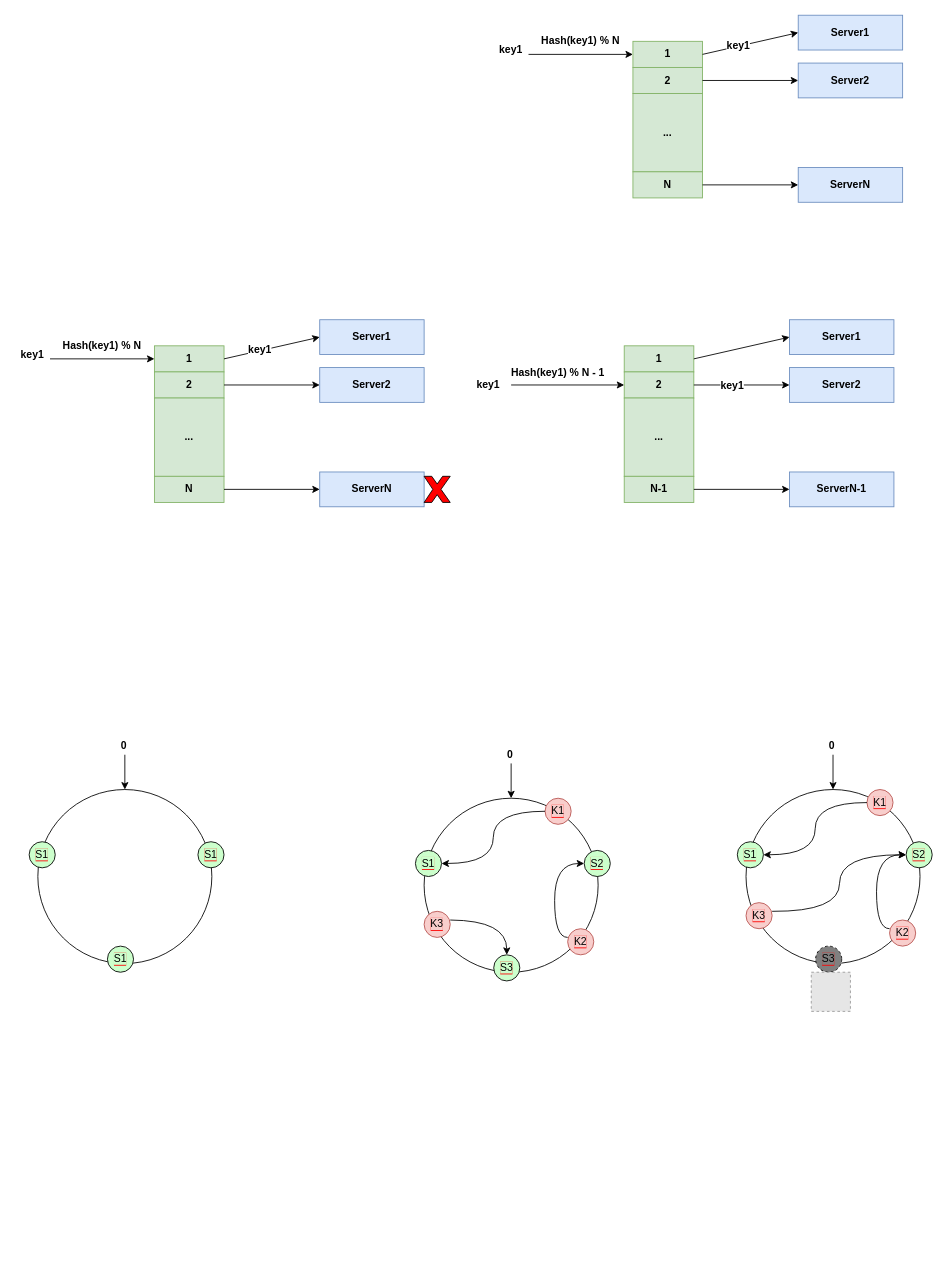
Above: consistent_hash.drawio in walkerdu/draw_io (draw.io), before the change. Source tidied: cells renumbered, new cells numbered last; positions are measured from the earlier drawing's top-left corner, leaving out a move shared by most shapes. Both pictures are drawn from the tidied source at 87%, with x=0, y=0 at pixel (15, 15). Pictures stored in the file or linked from it are replaced by grey dashed boxes.
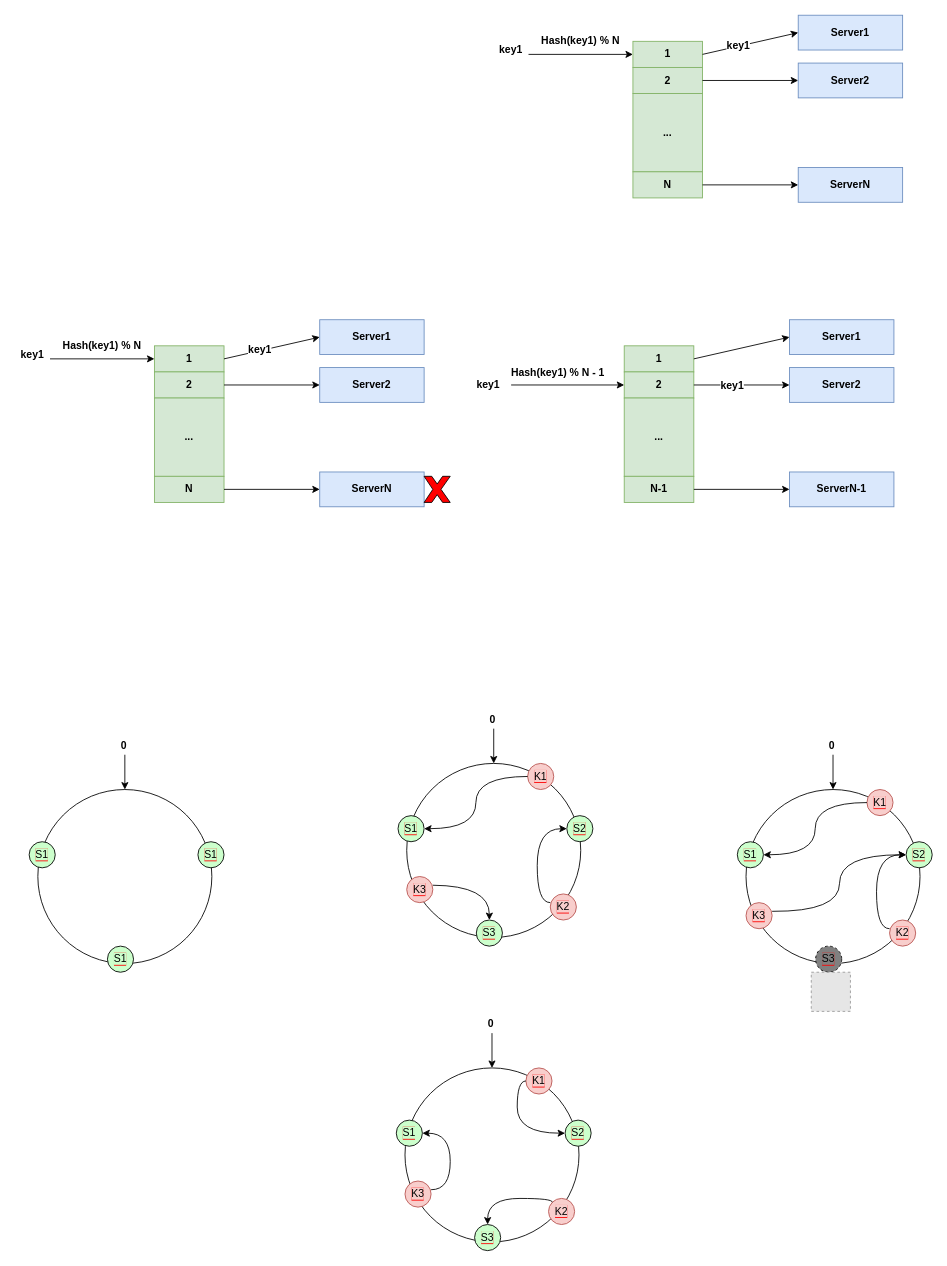
The same diagram, later.

Diff of the diagram source:
```diff
@@
     <mxCell id="45" style="ellipse;whiteSpace=wrap;html=1;shadow=0;labelBackgroundColor=#FF0000;strokeColor=#000000;fillColor=none;fontColor=#FF0000;" parent="1" vertex="1">
-      <mxGeometry x="470" y="900" width="200" height="200" as="geometry" />
+      <mxGeometry x="450" y="860" width="200" height="200" as="geometry" />
     </mxCell>
     <mxCell id="46" style="endArrow=classic;html=1;fontColor=#FF0000;entryX=0.5;entryY=0;entryDx=0;entryDy=0;" parent="1" edge="1" target="45">
       <mxGeometry relative="1" as="geometry">
-        <mxPoint x="570" y="860" as="sourcePoint" />
+        <mxPoint x="550" y="820" as="sourcePoint" />
       </mxGeometry>
     </mxCell>
     <mxCell id="47" value="&lt;font color=&quot;#000000&quot; style=&quot;background-color: rgb(204 , 255 , 204)&quot;&gt;S2&lt;/font&gt;" style="ellipse;whiteSpace=wrap;html=1;shadow=0;labelBackgroundColor=#FF0000;strokeColor=#000000;fillColor=#CCFFCC;fontColor=#FF0000;gradientColor=none;" parent="1" vertex="1">
-      <mxGeometry x="654" y="960" width="30" height="30" as="geometry" />
+      <mxGeometry x="634" y="920" width="30" height="30" as="geometry" />
     </mxCell>
     <mxCell id="48" value="&lt;font color=&quot;#000000&quot; style=&quot;background-color: rgb(204 , 255 , 204)&quot;&gt;S3&lt;/font&gt;" style="ellipse;whiteSpace=wrap;html=1;shadow=0;labelBackgroundColor=#FF0000;strokeColor=#000000;fillColor=#CCFFCC;fontColor=#FF0000;gradientColor=none;" parent="1" vertex="1">
-      <mxGeometry x="550" y="1080" width="30" height="30" as="geometry" />
+      <mxGeometry x="530" y="1040" width="30" height="30" as="geometry" />
     </mxCell>
     <mxCell id="49" value="&lt;font color=&quot;#000000&quot; style=&quot;background-color: rgb(204 , 255 , 204)&quot;&gt;S1&lt;/font&gt;" style="ellipse;whiteSpace=wrap;html=1;shadow=0;labelBackgroundColor=#FF0000;strokeColor=#000000;fillColor=#CCFFCC;fontColor=#FF0000;gradientColor=none;" parent="1" vertex="1">
-      <mxGeometry x="460" y="960" width="30" height="30" as="geometry" />
+      <mxGeometry x="440" y="920" width="30" height="30" as="geometry" />
     </mxCell>
     <mxCell id="50" value="0" style="text;html=1;strokeColor=none;fillColor=none;align=center;verticalAlign=middle;whiteSpace=wrap;rounded=0;fontStyle=1;" parent="1" vertex="1">
-      <mxGeometry x="559" y="840" width="20" height="20" as="geometry" />
+      <mxGeometry x="539" y="800" width="20" height="20" as="geometry" />
     </mxCell>
@@
     <mxCell id="57" value="&lt;font color=&quot;#000000&quot; style=&quot;background-color: rgb(248 , 206 , 204)&quot;&gt;K1&lt;/font&gt;" style="ellipse;whiteSpace=wrap;html=1;shadow=0;labelBackgroundColor=#FF0000;strokeColor=#b85450;fillColor=#f8cecc;" parent="1" vertex="1">
-      <mxGeometry x="609" y="900" width="30" height="30" as="geometry" />
+      <mxGeometry x="589" y="860" width="30" height="30" as="geometry" />
     </mxCell>
     <mxCell id="58" value="&lt;font color=&quot;#000000&quot; style=&quot;background-color: rgb(248 , 206 , 204)&quot;&gt;K2&lt;/font&gt;" style="ellipse;whiteSpace=wrap;html=1;shadow=0;labelBackgroundColor=#FF0000;strokeColor=#b85450;fillColor=#f8cecc;" parent="1" vertex="1">
-      <mxGeometry x="635" y="1050" width="30" height="30" as="geometry" />
+      <mxGeometry x="615" y="1010" width="30" height="30" as="geometry" />
     </mxCell>
@@
     <mxCell id="60" style="endArrow=classic;html=1;fontColor=#FF0000;edgeStyle=orthogonalEdgeStyle;curved=1;entryX=0;entryY=0.5;entryDx=0;entryDy=0;" parent="1" edge="1" target="47">
       <mxGeometry relative="1" as="geometry">
-        <mxPoint x="635" y="1060" as="sourcePoint" />
+        <mxPoint x="615" y="1020" as="sourcePoint" />
         <Array as="points">
-          <mxPoint x="620" y="1060" />
-          <mxPoint x="620" y="975" />
+          <mxPoint x="600" y="1020" />
+          <mxPoint x="600" y="935" />
         </Array>
       </mxGeometry>
     </mxCell>
     <mxCell id="61" value="&lt;font color=&quot;#000000&quot; style=&quot;background-color: rgb(248 , 206 , 204)&quot;&gt;K3&lt;/font&gt;" style="ellipse;whiteSpace=wrap;html=1;shadow=0;labelBackgroundColor=#FF0000;strokeColor=#b85450;fillColor=#f8cecc;" parent="1" vertex="1">
-      <mxGeometry x="470" y="1030" width="30" height="30" as="geometry" />
+      <mxGeometry x="450" y="990" width="30" height="30" as="geometry" />
     </mxCell>
     <mxCell id="62" style="endArrow=classic;html=1;fontColor=#FF0000;edgeStyle=orthogonalEdgeStyle;curved=1;entryX=0.5;entryY=0;entryDx=0;entryDy=0;" parent="1" edge="1" target="48">
       <mxGeometry relative="1" as="geometry">
-        <mxPoint x="500" y="1040" as="sourcePoint" />
+        <mxPoint x="480" y="1000" as="sourcePoint" />
       </mxGeometry>
     </mxCell>
@@
+    <mxCell id="76" style="ellipse;whiteSpace=wrap;html=1;shadow=0;labelBackgroundColor=#FF0000;strokeColor=#000000;fillColor=none;fontColor=#FF0000;" parent="1" vertex="1">
+      <mxGeometry x="448" y="1210" width="200" height="200" as="geometry" />
+    </mxCell>
+    <mxCell id="77" style="endArrow=classic;html=1;fontColor=#FF0000;entryX=0.5;entryY=0;entryDx=0;entryDy=0;" parent="1" edge="1" target="76">
+      <mxGeometry relative="1" as="geometry">
+        <mxPoint x="548" y="1170" as="sourcePoint" />
+      </mxGeometry>
+    </mxCell>
+    <mxCell id="78" value="&lt;font color=&quot;#000000&quot; style=&quot;background-color: rgb(204 , 255 , 204)&quot;&gt;S2&lt;/font&gt;" style="ellipse;whiteSpace=wrap;html=1;shadow=0;labelBackgroundColor=#FF0000;strokeColor=#000000;fillColor=#CCFFCC;fontColor=#FF0000;gradientColor=none;" parent="1" vertex="1">
+      <mxGeometry x="632" y="1270" width="30" height="30" as="geometry" />
+    </mxCell>
+    <mxCell id="79" value="&lt;font color=&quot;#000000&quot; style=&quot;background-color: rgb(204 , 255 , 204)&quot;&gt;S3&lt;/font&gt;" style="ellipse;whiteSpace=wrap;html=1;shadow=0;labelBackgroundColor=#FF0000;strokeColor=#000000;fillColor=#CCFFCC;fontColor=#FF0000;gradientColor=none;" parent="1" vertex="1">
+      <mxGeometry x="528" y="1390" width="30" height="30" as="geometry" />
+    </mxCell>
+    <mxCell id="80" value="&lt;font color=&quot;#000000&quot; style=&quot;background-color: rgb(204 , 255 , 204)&quot;&gt;S1&lt;/font&gt;" style="ellipse;whiteSpace=wrap;html=1;shadow=0;labelBackgroundColor=#FF0000;strokeColor=#000000;fillColor=#CCFFCC;fontColor=#FF0000;gradientColor=none;" parent="1" vertex="1">
+      <mxGeometry x="438" y="1270" width="30" height="30" as="geometry" />
+    </mxCell>
+    <mxCell id="81" value="0" style="text;html=1;strokeColor=none;fillColor=none;align=center;verticalAlign=middle;whiteSpace=wrap;rounded=0;fontStyle=1;" parent="1" vertex="1">
+      <mxGeometry x="537" y="1150" width="20" height="20" as="geometry" />
+    </mxCell>
+    <mxCell id="82" value="&lt;font color=&quot;#000000&quot; style=&quot;background-color: rgb(248 , 206 , 204)&quot;&gt;K1&lt;/font&gt;" style="ellipse;whiteSpace=wrap;html=1;shadow=0;labelBackgroundColor=#FF0000;strokeColor=#b85450;fillColor=#f8cecc;" parent="1" vertex="1">
+      <mxGeometry x="587" y="1210" width="30" height="30" as="geometry" />
+    </mxCell>
+    <mxCell id="83" value="&lt;font color=&quot;#000000&quot; style=&quot;background-color: rgb(248 , 206 , 204)&quot;&gt;K2&lt;/font&gt;" style="ellipse;whiteSpace=wrap;html=1;shadow=0;labelBackgroundColor=#FF0000;strokeColor=#b85450;fillColor=#f8cecc;" parent="1" vertex="1">
+      <mxGeometry x="613" y="1360" width="30" height="30" as="geometry" />
+    </mxCell>
+    <mxCell id="84" style="endArrow=classic;html=1;fontColor=#FF0000;edgeStyle=orthogonalEdgeStyle;curved=1;entryX=0;entryY=0.5;entryDx=0;entryDy=0;exitX=0;exitY=0.5;exitDx=0;exitDy=0;" parent="1" edge="1" source="82" target="78">
+      <mxGeometry relative="1" as="geometry" />
+    </mxCell>
+    <mxCell id="85" value="&lt;font color=&quot;#000000&quot; style=&quot;background-color: rgb(248 , 206 , 204)&quot;&gt;K3&lt;/font&gt;" style="ellipse;whiteSpace=wrap;html=1;shadow=0;labelBackgroundColor=#FF0000;strokeColor=#b85450;fillColor=#f8cecc;" parent="1" vertex="1">
+      <mxGeometry x="448" y="1340" width="30" height="30" as="geometry" />
+    </mxCell>
+    <mxCell id="86" style="endArrow=classic;html=1;fontColor=#FF0000;edgeStyle=orthogonalEdgeStyle;curved=1;entryX=1;entryY=0.5;entryDx=0;entryDy=0;" parent="1" edge="1" target="80">
+      <mxGeometry relative="1" as="geometry">
+        <mxPoint x="478" y="1350" as="sourcePoint" />
+        <Array as="points">
+          <mxPoint x="500" y="1350" />
+          <mxPoint x="500" y="1285" />
+        </Array>
+      </mxGeometry>
+    </mxCell>
+    <mxCell id="87" style="endArrow=classic;html=1;fontColor=#FF0000;edgeStyle=orthogonalEdgeStyle;curved=1;entryX=0.5;entryY=0;entryDx=0;entryDy=0;exitX=0;exitY=0;exitDx=0;exitDy=0;" parent="1" edge="1" source="83" target="79">
+      <mxGeometry relative="1" as="geometry">
+        <Array as="points">
+          <mxPoint x="617" y="1360" />
+          <mxPoint x="543" y="1360" />
+        </Array>
+      </mxGeometry>
+    </mxCell>
```
